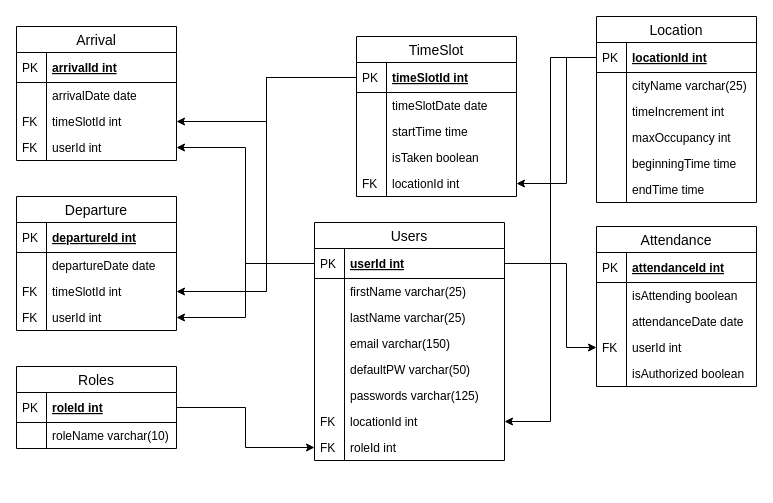
This is Documentations/ElephantERD.drawio from dev10-BackToWork/Elephant, a draw.io file, before an edit. Source tidied: cells renumbered, new cells numbered last; positions are measured from the earlier drawing's top-left corner, leaving out a move shared by most shapes. Both pictures are drawn from the tidied source at 100%, with x=0, y=0 at pixel (16, 16).
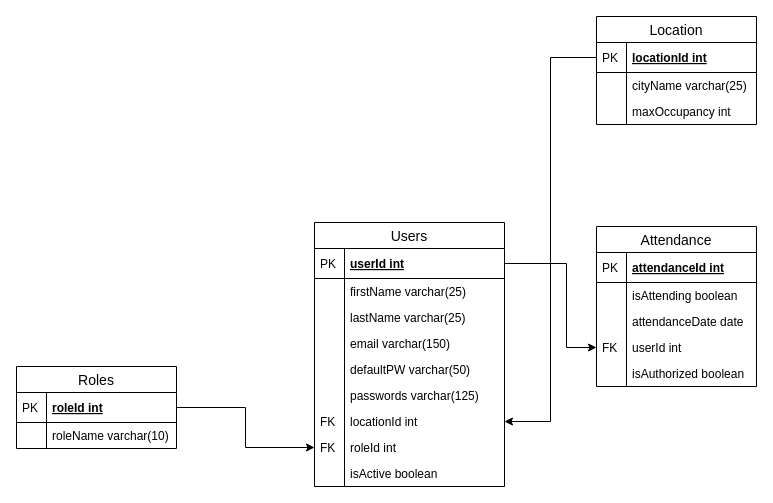
After the change.

The change refers to these unchanged cells:
```xml
<mxCell id="54" value="locationId int" style="shape=partialRectangle;top=0;left=0;right=0;bottom=1;align=left;verticalAlign=middle;fillColor=none;spacingLeft=34;spacingRight=4;overflow=hidden;points=[[0,0.5],[1,0.5]];portConstraint=eastwest;fontStyle=5;fontSize=12;" parent="53" vertex="1">
  <mxGeometry y="26" width="160" height="30" as="geometry" />
</mxCell>
<mxCell id="68" value="userId int" style="shape=partialRectangle;top=0;left=0;right=0;bottom=1;align=left;verticalAlign=middle;fillColor=none;spacingLeft=34;spacingRight=4;overflow=hidden;points=[[0,0.5],[1,0.5]];portConstraint=eastwest;fontStyle=5;fontSize=12;" parent="67" vertex="1">
  <mxGeometry y="26" width="190" height="30" as="geometry" />
</mxCell>
```

Change to the diagram source:
```diff
@@
-    <mxCell id="3" style="edgeStyle=orthogonalEdgeStyle;rounded=0;jettySize=auto;html=1;exitX=0;exitY=0.5;exitDx=0;exitDy=0;entryX=1;entryY=0.5;entryDx=0;entryDy=0;" parent="1" edge="1" source="68" target="25">
-      <mxGeometry relative="1" as="geometry" />
-    </mxCell>
-    <mxCell id="4" style="edgeStyle=orthogonalEdgeStyle;rounded=0;jettySize=auto;html=1;exitX=0;exitY=0.5;exitDx=0;exitDy=0;entryX=1;entryY=0.5;entryDx=0;entryDy=0;" parent="1" edge="1" source="37" target="23">
-      <mxGeometry relative="1" as="geometry" />
-    </mxCell>
-    <mxCell id="5" style="edgeStyle=orthogonalEdgeStyle;rounded=0;jettySize=auto;html=1;exitX=0;exitY=0.5;exitDx=0;exitDy=0;entryX=1;entryY=0.5;entryDx=0;entryDy=0;" parent="1" edge="1" source="68" target="34">
-      <mxGeometry relative="1" as="geometry" />
-    </mxCell>
@@
-    <mxCell id="18" value="Arrival" style="swimlane;fontStyle=0;horizontal=1;startSize=26;align=center;fontSize=14;" parent="1" vertex="1">
-      <mxGeometry y="10" width="160" height="134" as="geometry" />
-    </mxCell>
-    <mxCell id="19" value="arrivalId int" style="shape=partialRectangle;top=0;left=0;right=0;bottom=1;align=left;verticalAlign=middle;fillColor=none;spacingLeft=34;spacingRight=4;overflow=hidden;fontStyle=5;fontSize=12;" parent="18" vertex="1">
-      <mxGeometry y="26" width="160" height="30" as="geometry" />
-    </mxCell>
-    <mxCell id="20" value="PK" style="shape=partialRectangle;top=0;left=0;bottom=0;fillColor=none;align=left;verticalAlign=middle;spacingLeft=4;spacingRight=4;overflow=hidden;fontSize=12;" parent="19" vertex="1">
-      <mxGeometry width="30" height="30" as="geometry" />
-    </mxCell>
-    <mxCell id="21" value="arrivalDate date" style="shape=partialRectangle;top=0;left=0;right=0;bottom=0;align=left;verticalAlign=top;fillColor=none;spacingLeft=34;spacingRight=4;overflow=hidden;fontSize=12;" parent="18" vertex="1">
-      <mxGeometry y="56" width="160" height="26" as="geometry" />
-    </mxCell>
-    <mxCell id="22" style="shape=partialRectangle;top=0;left=0;bottom=0;fillColor=none;align=left;verticalAlign=top;spacingLeft=4;spacingRight=4;overflow=hidden;fontSize=12;" parent="21" vertex="1">
-      <mxGeometry width="30" height="26" as="geometry" />
-    </mxCell>
-    <mxCell id="23" value="timeSlotId int" style="shape=partialRectangle;top=0;left=0;right=0;bottom=0;align=left;verticalAlign=top;fillColor=none;spacingLeft=34;spacingRight=4;overflow=hidden;points=[[0,0.5],[1,0.5]];portConstraint=eastwest;fontSize=12;" parent="18" vertex="1">
-      <mxGeometry y="82" width="160" height="26" as="geometry" />
-    </mxCell>
-    <mxCell id="24" value="FK" style="shape=partialRectangle;top=0;left=0;bottom=0;fillColor=none;align=left;verticalAlign=top;spacingLeft=4;spacingRight=4;overflow=hidden;fontSize=12;" parent="23" vertex="1">
-      <mxGeometry width="30" height="26" as="geometry" />
-    </mxCell>
-    <mxCell id="25" value="userId int" style="shape=partialRectangle;top=0;left=0;right=0;bottom=0;align=left;verticalAlign=top;fillColor=none;spacingLeft=34;spacingRight=4;overflow=hidden;points=[[0,0.5],[1,0.5]];portConstraint=eastwest;fontSize=12;" parent="18" vertex="1">
-      <mxGeometry y="108" width="160" height="26" as="geometry" />
-    </mxCell>
-    <mxCell id="26" value="FK" style="shape=partialRectangle;top=0;left=0;bottom=0;fillColor=none;align=left;verticalAlign=top;spacingLeft=4;spacingRight=4;overflow=hidden;fontSize=12;" parent="25" vertex="1">
-      <mxGeometry width="30" height="26" as="geometry" />
-    </mxCell>
-    <mxCell id="27" value="Departure" style="swimlane;fontStyle=0;horizontal=1;startSize=26;align=center;fontSize=14;" parent="1" vertex="1">
-      <mxGeometry y="180" width="160" height="134" as="geometry" />
-    </mxCell>
-    <mxCell id="28" value="departureId int" style="shape=partialRectangle;top=0;left=0;right=0;bottom=1;align=left;verticalAlign=middle;fillColor=none;spacingLeft=34;spacingRight=4;overflow=hidden;fontStyle=5;fontSize=12;" parent="27" vertex="1">
-      <mxGeometry y="26" width="160" height="30" as="geometry" />
-    </mxCell>
-    <mxCell id="29" value="PK" style="shape=partialRectangle;top=0;left=0;bottom=0;fillColor=none;align=left;verticalAlign=middle;spacingLeft=4;spacingRight=4;overflow=hidden;fontSize=12;" parent="28" vertex="1">
-      <mxGeometry width="30" height="30" as="geometry" />
-    </mxCell>
-    <mxCell id="30" value="departureDate date" style="shape=partialRectangle;top=0;left=0;right=0;bottom=0;align=left;verticalAlign=top;fillColor=none;spacingLeft=34;spacingRight=4;overflow=hidden;fontSize=12;" parent="27" vertex="1">
-      <mxGeometry y="56" width="160" height="26" as="geometry" />
-    </mxCell>
-    <mxCell id="31" style="shape=partialRectangle;top=0;left=0;bottom=0;fillColor=none;align=left;verticalAlign=top;spacingLeft=4;spacingRight=4;overflow=hidden;fontSize=12;" parent="30" vertex="1">
-      <mxGeometry width="30" height="26" as="geometry" />
-    </mxCell>
-    <mxCell id="32" value="timeSlotId int" style="shape=partialRectangle;top=0;left=0;right=0;bottom=0;align=left;verticalAlign=top;fillColor=none;spacingLeft=34;spacingRight=4;overflow=hidden;points=[[0,0.5],[1,0.5]];portConstraint=eastwest;fontSize=12;" parent="27" vertex="1">
-      <mxGeometry y="82" width="160" height="26" as="geometry" />
-    </mxCell>
-    <mxCell id="33" value="FK" style="shape=partialRectangle;top=0;left=0;bottom=0;fillColor=none;align=left;verticalAlign=top;spacingLeft=4;spacingRight=4;overflow=hidden;fontSize=12;" parent="32" vertex="1">
-      <mxGeometry width="30" height="26" as="geometry" />
-    </mxCell>
-    <mxCell id="34" value="userId int" style="shape=partialRectangle;top=0;left=0;right=0;bottom=0;align=left;verticalAlign=top;fillColor=none;spacingLeft=34;spacingRight=4;overflow=hidden;points=[[0,0.5],[1,0.5]];portConstraint=eastwest;fontSize=12;" parent="27" vertex="1">
-      <mxGeometry y="108" width="160" height="26" as="geometry" />
-    </mxCell>
-    <mxCell id="35" value="FK" style="shape=partialRectangle;top=0;left=0;bottom=0;fillColor=none;align=left;verticalAlign=top;spacingLeft=4;spacingRight=4;overflow=hidden;fontSize=12;" parent="34" vertex="1">
-      <mxGeometry width="30" height="26" as="geometry" />
-    </mxCell>
-    <mxCell id="36" value="TimeSlot" style="swimlane;fontStyle=0;horizontal=1;startSize=26;align=center;fontSize=14;" parent="1" vertex="1">
-      <mxGeometry x="340" y="20" width="160" height="160" as="geometry" />
-    </mxCell>
-    <mxCell id="37" value="timeSlotId int" style="shape=partialRectangle;top=0;left=0;right=0;bottom=1;align=left;verticalAlign=middle;fillColor=none;spacingLeft=34;spacingRight=4;overflow=hidden;points=[[0,0.5],[1,0.5]];portConstraint=eastwest;fontStyle=5;fontSize=12;" parent="36" vertex="1">
-      <mxGeometry y="26" width="160" height="30" as="geometry" />
-    </mxCell>
-    <mxCell id="38" value="PK" style="shape=partialRectangle;top=0;left=0;bottom=0;fillColor=none;align=left;verticalAlign=middle;spacingLeft=4;spacingRight=4;overflow=hidden;fontSize=12;" parent="37" vertex="1">
-      <mxGeometry width="30" height="30" as="geometry" />
-    </mxCell>
-    <mxCell id="39" value="timeSlotDate date" style="shape=partialRectangle;top=0;left=0;right=0;bottom=0;align=left;verticalAlign=top;fillColor=none;spacingLeft=34;spacingRight=4;overflow=hidden;fontSize=12;" parent="36" vertex="1">
-      <mxGeometry y="56" width="160" height="26" as="geometry" />
-    </mxCell>
-    <mxCell id="40" style="shape=partialRectangle;top=0;left=0;bottom=0;fillColor=none;align=left;verticalAlign=top;spacingLeft=4;spacingRight=4;overflow=hidden;fontSize=12;" parent="39" vertex="1">
-      <mxGeometry width="30" height="26" as="geometry" />
-    </mxCell>
-    <mxCell id="41" value="startTime time" style="shape=partialRectangle;top=0;left=0;right=0;bottom=0;align=left;verticalAlign=top;fillColor=none;spacingLeft=34;spacingRight=4;overflow=hidden;fontSize=12;" parent="36" vertex="1">
-      <mxGeometry y="82" width="160" height="26" as="geometry" />
-    </mxCell>
-    <mxCell id="42" style="shape=partialRectangle;top=0;left=0;bottom=0;fillColor=none;align=left;verticalAlign=top;spacingLeft=4;spacingRight=4;overflow=hidden;fontSize=12;" parent="41" vertex="1">
-      <mxGeometry width="30" height="26" as="geometry" />
-    </mxCell>
-    <mxCell id="43" value="isTaken boolean" style="shape=partialRectangle;top=0;left=0;right=0;bottom=0;align=left;verticalAlign=top;fillColor=none;spacingLeft=34;spacingRight=4;overflow=hidden;fontSize=12;" parent="36" vertex="1">
-      <mxGeometry y="108" width="160" height="26" as="geometry" />
-    </mxCell>
-    <mxCell id="44" style="shape=partialRectangle;top=0;left=0;bottom=0;fillColor=none;align=left;verticalAlign=top;spacingLeft=4;spacingRight=4;overflow=hidden;fontSize=12;" parent="43" vertex="1">
-      <mxGeometry width="30" height="26" as="geometry" />
-    </mxCell>
-    <mxCell id="45" value="locationId int" style="shape=partialRectangle;top=0;left=0;right=0;bottom=0;align=left;verticalAlign=top;fillColor=none;spacingLeft=34;spacingRight=4;overflow=hidden;points=[[0,0.5],[1,0.5]];portConstraint=eastwest;fontSize=12;" parent="36" vertex="1">
-      <mxGeometry y="134" width="160" height="26" as="geometry" />
-    </mxCell>
-    <mxCell id="46" value="FK" style="shape=partialRectangle;top=0;left=0;bottom=0;fillColor=none;align=left;verticalAlign=top;spacingLeft=4;spacingRight=4;overflow=hidden;fontSize=12;" parent="45" vertex="1">
-      <mxGeometry width="30" height="26" as="geometry" />
-    </mxCell>
-    <mxCell id="47" style="edgeStyle=orthogonalEdgeStyle;rounded=0;jettySize=auto;html=1;exitX=0;exitY=0.5;exitDx=0;exitDy=0;entryX=1;entryY=0.5;entryDx=0;entryDy=0;" parent="1" edge="1" source="37" target="32">
-      <mxGeometry relative="1" as="geometry" />
-    </mxCell>
@@
     <mxCell id="53" value="Location" style="swimlane;fontStyle=0;horizontal=1;startSize=26;align=center;fontSize=14;" parent="1" vertex="1">
-      <mxGeometry x="580" width="160" height="186" as="geometry" />
+      <mxGeometry x="580" width="160" height="108" as="geometry" />
     </mxCell>
@@
-    <mxCell id="58" value="timeIncrement int" style="shape=partialRectangle;top=0;left=0;right=0;bottom=0;align=left;verticalAlign=top;fillColor=none;spacingLeft=34;spacingRight=4;overflow=hidden;fontSize=12;" parent="53" vertex="1">
-      <mxGeometry y="82" width="160" height="26" as="geometry" />
-    </mxCell>
-    <mxCell id="59" style="shape=partialRectangle;top=0;left=0;bottom=0;fillColor=none;align=left;verticalAlign=top;spacingLeft=4;spacingRight=4;overflow=hidden;fontSize=12;" parent="58" vertex="1">
-      <mxGeometry width="30" height="26" as="geometry" />
-    </mxCell>
     <mxCell id="60" value="maxOccupancy int" style="shape=partialRectangle;top=0;left=0;right=0;bottom=0;align=left;verticalAlign=top;fillColor=none;spacingLeft=34;spacingRight=4;overflow=hidden;fontSize=12;" parent="53" vertex="1">
-      <mxGeometry y="108" width="160" height="26" as="geometry" />
+      <mxGeometry y="82" width="160" height="26" as="geometry" />
     </mxCell>
@@
-    <mxCell id="62" value="beginningTime time" style="shape=partialRectangle;top=0;left=0;right=0;bottom=0;align=left;verticalAlign=top;fillColor=none;spacingLeft=34;spacingRight=4;overflow=hidden;fontSize=12;" parent="53" vertex="1">
-      <mxGeometry y="134" width="160" height="26" as="geometry" />
-    </mxCell>
-    <mxCell id="63" style="shape=partialRectangle;top=0;left=0;bottom=0;fillColor=none;align=left;verticalAlign=top;spacingLeft=4;spacingRight=4;overflow=hidden;fontSize=12;" parent="62" vertex="1">
-      <mxGeometry width="30" height="26" as="geometry" />
-    </mxCell>
-    <mxCell id="64" value="endTime time" style="shape=partialRectangle;top=0;left=0;right=0;bottom=0;align=left;verticalAlign=top;fillColor=none;spacingLeft=34;spacingRight=4;overflow=hidden;fontSize=12;" parent="53" vertex="1">
-      <mxGeometry y="160" width="160" height="26" as="geometry" />
-    </mxCell>
-    <mxCell id="65" style="shape=partialRectangle;top=0;left=0;bottom=0;fillColor=none;align=left;verticalAlign=top;spacingLeft=4;spacingRight=4;overflow=hidden;fontSize=12;" parent="64" vertex="1">
-      <mxGeometry width="30" height="26" as="geometry" />
-    </mxCell>
-    <mxCell id="66" style="edgeStyle=orthogonalEdgeStyle;rounded=0;jettySize=auto;html=1;exitX=0;exitY=0.5;exitDx=0;exitDy=0;entryX=1;entryY=0.5;entryDx=0;entryDy=0;" parent="1" edge="1" source="54" target="45">
-      <mxGeometry relative="1" as="geometry">
-        <Array as="points">
-          <mxPoint x="550" y="41" />
-          <mxPoint x="550" y="167" />
-        </Array>
-      </mxGeometry>
-    </mxCell>
     <mxCell id="67" value="Users" style="swimlane;fontStyle=0;horizontal=1;startSize=26;align=center;fontSize=14;" parent="1" vertex="1">
-      <mxGeometry x="298" y="206" width="190" height="238" as="geometry" />
+      <mxGeometry x="298" y="206" width="190" height="264" as="geometry" />
     </mxCell>
@@
+    <mxCell id="85" value="isActive boolean" style="shape=partialRectangle;top=0;left=0;right=0;bottom=0;align=left;verticalAlign=top;fillColor=none;spacingLeft=34;spacingRight=4;overflow=hidden;fontSize=12;" parent="67" vertex="1">
+      <mxGeometry y="238" width="190" height="26" as="geometry" />
+    </mxCell>
+    <mxCell id="86" style="shape=partialRectangle;top=0;left=0;bottom=0;fillColor=none;align=left;verticalAlign=top;spacingLeft=4;spacingRight=4;overflow=hidden;fontSize=12;" parent="85" vertex="1">
+      <mxGeometry width="30" height="26" as="geometry" />
+    </mxCell>
```
